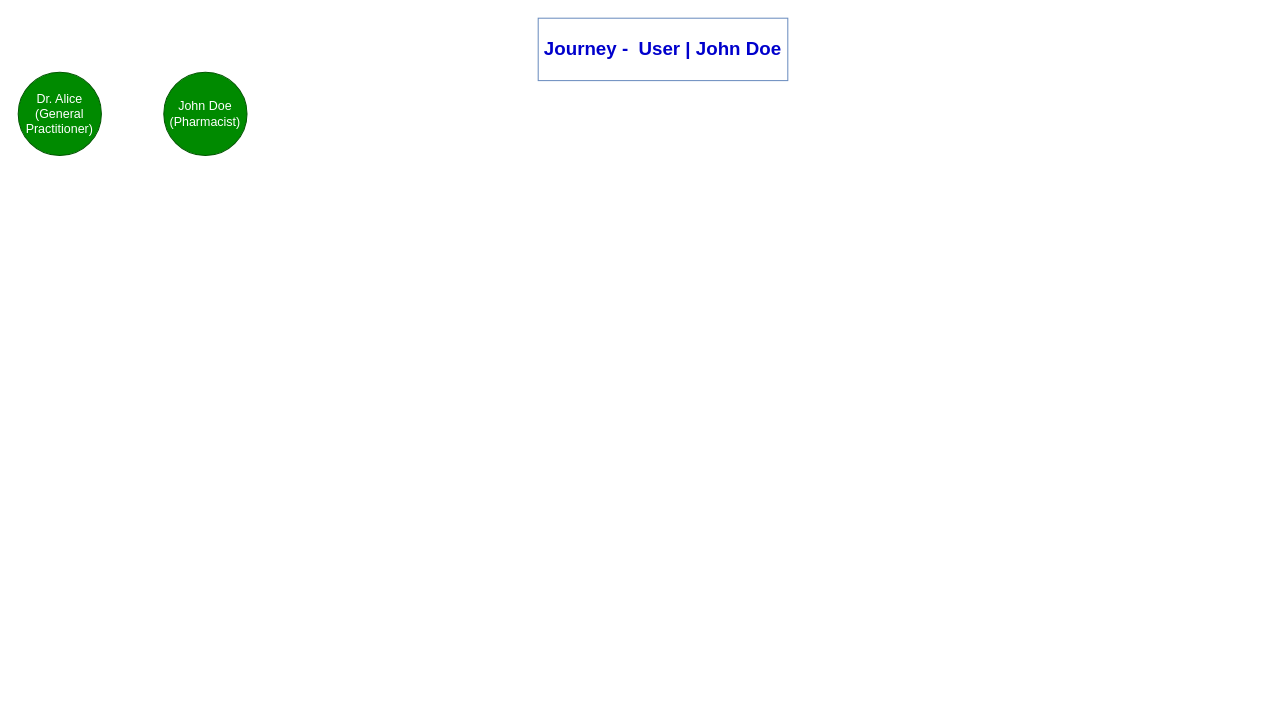
The draw.io diagram User John Doe Journey.drawio in dabiko/draw-io, before the edit. Source tidied: cells renumbered, new cells numbered last; positions are measured from the earlier drawing's top-left corner, leaving out a move shared by most shapes. Both pictures are drawn from the tidied source at 104%, with x=0, y=0 at pixel (18, 18).
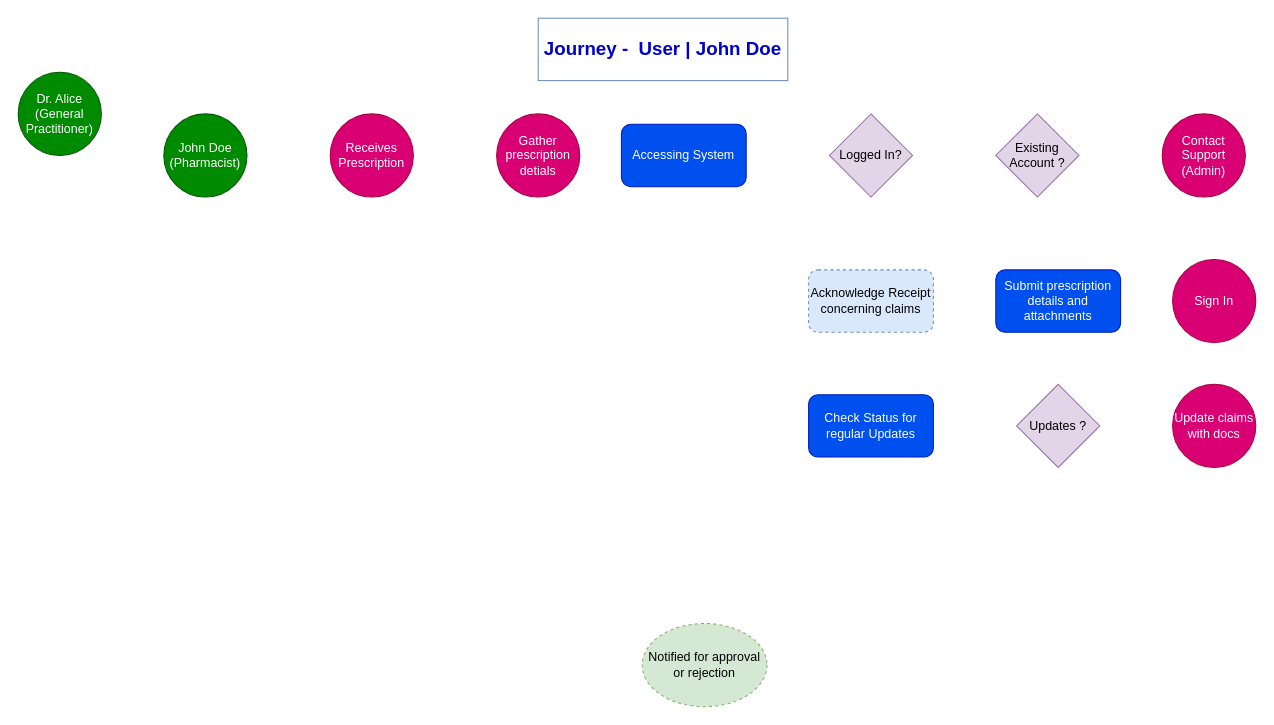
The same page after the edit.

Diff of the diagram source:
```diff
@@
 <mxGraphModel>
   <root>
     <mxCell id="0" />
     <mxCell id="1" parent="0" />
     <mxCell id="2" value="&lt;b&gt;&lt;font style=&quot;font-size: 18px;&quot; color=&quot;#0000cc&quot;&gt;Journey -&amp;nbsp; User | John Doe&lt;/font&gt;&lt;/b&gt;" style="text;html=1;align=center;verticalAlign=middle;whiteSpace=wrap;rounded=0;fillColor=none;strokeColor=#6c8ebf;" parent="1" vertex="1">
       <mxGeometry x="500" width="240" height="60" as="geometry" />
     </mxCell>
     <mxCell id="3" value="&lt;div style=&quot;&quot;&gt;&lt;span style=&quot;background-color: initial;&quot;&gt;John Doe (Pharmacist)&lt;/span&gt;&lt;/div&gt;" style="ellipse;whiteSpace=wrap;html=1;fillColor=#008a00;strokeColor=#005700;fontColor=#ffffff;align=center;" parent="1" vertex="1">
-      <mxGeometry x="140" y="52" width="80" height="80" as="geometry" />
+      <mxGeometry x="140" y="92" width="80" height="80" as="geometry" />
     </mxCell>
     <mxCell id="4" value="&lt;div style=&quot;&quot;&gt;&lt;span style=&quot;background-color: initial;&quot;&gt;Dr. Alice (General Practitioner)&lt;/span&gt;&lt;/div&gt;" style="ellipse;whiteSpace=wrap;html=1;fillColor=#008a00;strokeColor=#005700;fontColor=#ffffff;align=center;" parent="1" vertex="1">
       <mxGeometry y="52" width="80" height="80" as="geometry" />
     </mxCell>
+    <mxCell id="5" value="Receives Prescription" style="ellipse;whiteSpace=wrap;html=1;fillColor=#d80073;strokeColor=#A50040;fontColor=#ffffff;" parent="1" vertex="1">
+      <mxGeometry x="300" y="92" width="80" height="80" as="geometry" />
+    </mxCell>
+    <mxCell id="6" value="Gather prescription detials" style="ellipse;whiteSpace=wrap;html=1;fillColor=#d80073;strokeColor=#A50040;fontColor=#ffffff;" parent="1" vertex="1">
+      <mxGeometry x="460" y="92" width="80" height="80" as="geometry" />
+    </mxCell>
+    <mxCell id="7" value="Accessing System" style="rounded=1;whiteSpace=wrap;html=1;fillColor=#0050ef;fontColor=#ffffff;strokeColor=#001DBC;" parent="1" vertex="1">
+      <mxGeometry x="580" y="102" width="120" height="60" as="geometry" />
+    </mxCell>
+    <mxCell id="8" value="Logged In?" style="rhombus;whiteSpace=wrap;html=1;fillColor=#e1d5e7;strokeColor=#9673a6;" parent="1" vertex="1">
+      <mxGeometry x="780" y="92" width="80" height="80" as="geometry" />
+    </mxCell>
+    <mxCell id="9" value="Existing Account ?" style="rhombus;whiteSpace=wrap;html=1;fillColor=#e1d5e7;strokeColor=#9673a6;" parent="1" vertex="1">
+      <mxGeometry x="940" y="92" width="80" height="80" as="geometry" />
+    </mxCell>
+    <mxCell id="10" value="Contact Support (Admin)" style="ellipse;whiteSpace=wrap;html=1;fillColor=#d80073;strokeColor=#A50040;fontColor=#ffffff;" parent="1" vertex="1">
+      <mxGeometry x="1100" y="92" width="80" height="80" as="geometry" />
+    </mxCell>
+    <mxCell id="11" value="Sign In" style="ellipse;whiteSpace=wrap;html=1;fillColor=#d80073;strokeColor=#A50040;fontColor=#ffffff;" parent="1" vertex="1">
+      <mxGeometry x="1110" y="232" width="80" height="80" as="geometry" />
+    </mxCell>
+    <mxCell id="12" value="Submit prescription details and attachments" style="rounded=1;whiteSpace=wrap;html=1;fillColor=#0050ef;fontColor=#ffffff;strokeColor=#001DBC;" parent="1" vertex="1">
+      <mxGeometry x="940" y="242" width="120" height="60" as="geometry" />
+    </mxCell>
+    <mxCell id="13" value="Acknowledge Receipt concerning claims" style="rounded=1;whiteSpace=wrap;html=1;fillColor=#dae8fc;strokeColor=#6c8ebf;dashed=1;" parent="1" vertex="1">
+      <mxGeometry x="760" y="242" width="120" height="60" as="geometry" />
+    </mxCell>
+    <mxCell id="14" value="Check Status for regular Updates" style="rounded=1;whiteSpace=wrap;html=1;fillColor=#0050ef;fontColor=#ffffff;strokeColor=#001DBC;" parent="1" vertex="1">
+      <mxGeometry x="760" y="362" width="120" height="60" as="geometry" />
+    </mxCell>
+    <mxCell id="15" value="Updates ?" style="rhombus;whiteSpace=wrap;html=1;fillColor=#e1d5e7;strokeColor=#9673a6;" parent="1" vertex="1">
+      <mxGeometry x="960" y="352" width="80" height="80" as="geometry" />
+    </mxCell>
+    <mxCell id="16" value="Update claims with docs" style="ellipse;whiteSpace=wrap;html=1;fillColor=#d80073;strokeColor=#A50040;fontColor=#ffffff;" parent="1" vertex="1">
+      <mxGeometry x="1110" y="352" width="80" height="80" as="geometry" />
+    </mxCell>
+    <mxCell id="17" value="Notified for approval or rejection" style="ellipse;whiteSpace=wrap;html=1;fillColor=#d5e8d4;strokeColor=#82b366;dashed=1;" parent="1" vertex="1">
+      <mxGeometry x="600" y="582" width="120" height="80" as="geometry" />
+    </mxCell>
   </root>
 </mxGraphModel>
```
